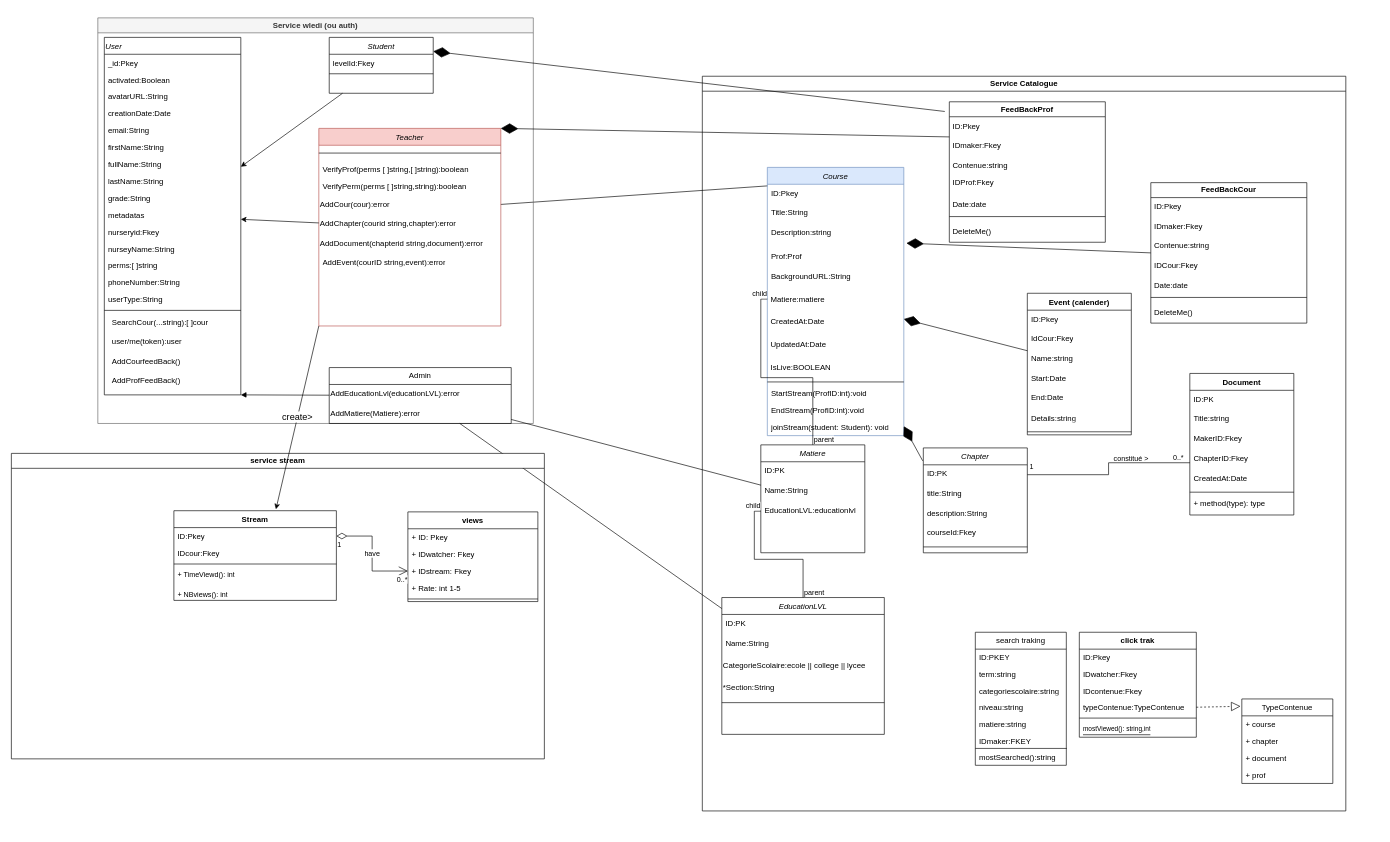
The draw.io diagram catalog.drawio in faresUnderScore999/test1.0, before the edit. Source tidied: cells renumbered, new cells numbered last; positions are measured from the earlier drawing's top-left corner, leaving out a move shared by most shapes. Both pictures are drawn from the tidied source at 65%, with x=0, y=0 at pixel (11, 18).
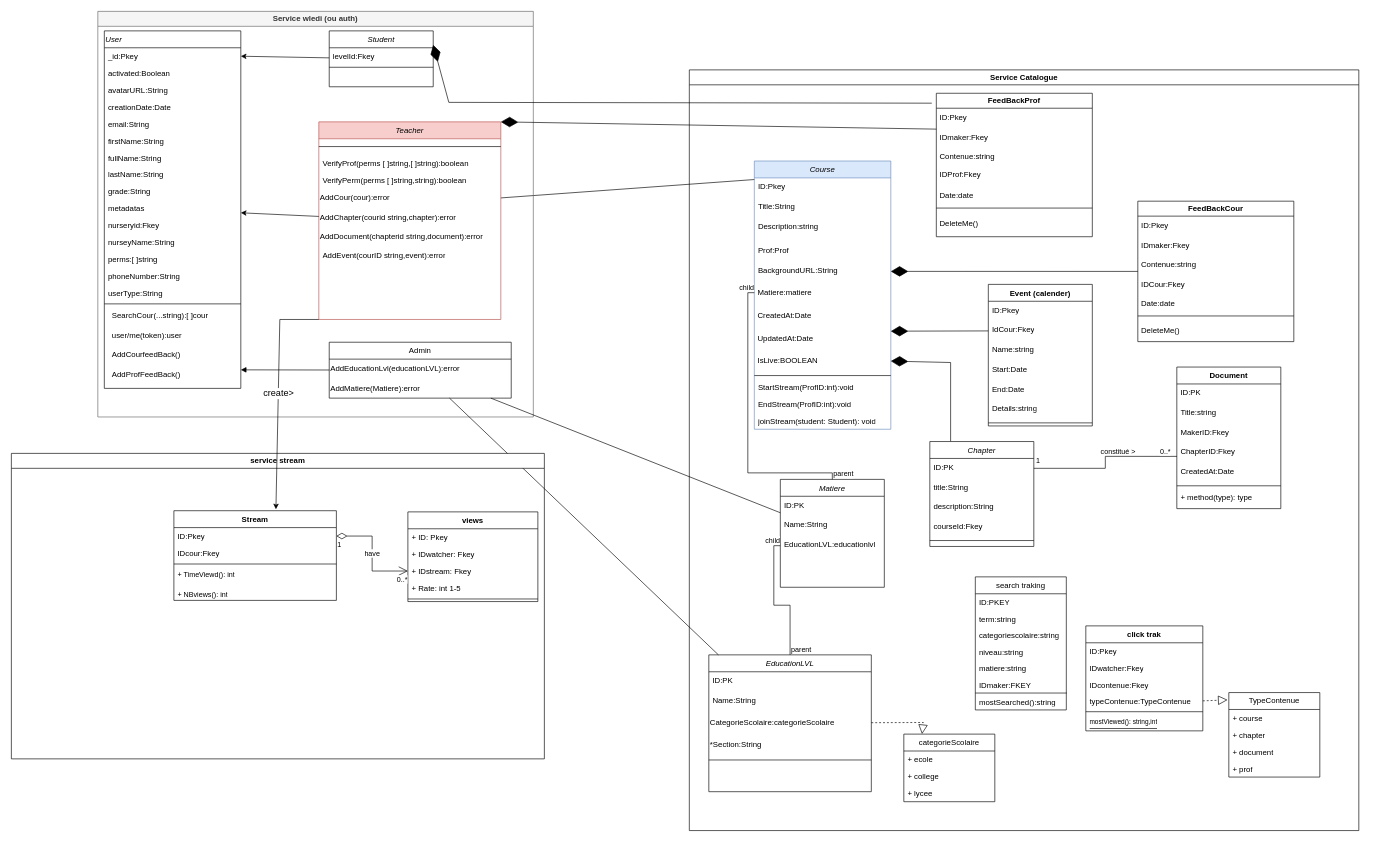
Above is the later version.

Commit message (it also covers changes not shown here):
Mettre à jour catalog.drawio

The change refers to these unchanged cells:
```xml
<mxCell id="4" value="User" style="swimlane;fontStyle=2;align=left;verticalAlign=top;horizontal=1;startSize=26;rounded=0;shadow=0;strokeWidth=1;" parent="3" vertex="1">
  <mxGeometry x="10" y="30" width="210" height="550" as="geometry" />
</mxCell>
<mxCell id="5" value="_id:Pkey" style="text;align=left;verticalAlign=top;spacingLeft=4;spacingRight=4;overflow=hidden;points=[[0,0.5],[1,0.5]];portConstraint=eastwest;rounded=0;shadow=0;html=0;" parent="4" vertex="1">
  <mxGeometry y="26" width="210" height="26" as="geometry" />
</mxCell>
<mxCell id="24" value="AddProfFeedBack()" style="text;html=1;align=left;verticalAlign=middle;whiteSpace=wrap;rounded=0;fontSize=12;spacingLeft=10;" parent="4" vertex="1">
  <mxGeometry y="514" width="210" height="30" as="geometry" />
</mxCell>
<mxCell id="25" value="Student" style="swimlane;fontStyle=2;align=center;verticalAlign=top;horizontal=1;startSize=26;rounded=0;shadow=0;strokeWidth=1;" parent="3" vertex="1">
  <mxGeometry x="356" y="30" width="160" height="86" as="geometry" />
</mxCell>
<mxCell id="29" value="Teacher" style="swimlane;fontStyle=2;align=center;verticalAlign=top;horizontal=1;startSize=26;rounded=0;shadow=0;strokeWidth=1;fillColor=#f8cecc;strokeColor=#b85450;" parent="3" vertex="1">
  <mxGeometry x="340" y="170" width="280" height="304" as="geometry" />
</mxCell>
<mxCell id="50" value="Course" style="swimlane;fontStyle=2;align=center;verticalAlign=top;horizontal=1;startSize=26;rounded=0;shadow=0;strokeWidth=1;fillColor=#dae8fc;strokeColor=#6c8ebf;" parent="43" vertex="1">
  <mxGeometry x="100" y="140.2" width="210" height="412.7" as="geometry" />
</mxCell>
<mxCell id="53" value="Description:string" style="text;align=left;verticalAlign=top;spacingLeft=4;spacingRight=4;overflow=hidden;points=[[0,0.5],[1,0.5]];portConstraint=eastwest;rounded=0;shadow=0;html=0;" parent="50" vertex="1">
  <mxGeometry y="86.8" width="210" height="37.4" as="geometry" />
</mxCell>
<mxCell id="55" value="BackgroundURL:String" style="text;align=left;verticalAlign=top;spacingLeft=4;spacingRight=4;overflow=hidden;points=[[0,0.5],[1,0.5]];portConstraint=eastwest;rounded=0;shadow=0;html=0;" parent="50" vertex="1">
  <mxGeometry y="154.6" width="210" height="30.4" as="geometry" />
</mxCell>
<mxCell id="56" value="&amp;nbsp;Matiere:matiere" style="text;html=1;align=left;verticalAlign=middle;whiteSpace=wrap;rounded=0;" parent="50" vertex="1">
  <mxGeometry y="185" width="210" height="35.1" as="geometry" />
</mxCell>
<mxCell id="59" value="&amp;nbsp;IsLive:BOOLEAN" style="text;html=1;align=left;verticalAlign=middle;whiteSpace=wrap;rounded=0;" parent="50" vertex="1">
  <mxGeometry y="290.3" width="210" height="35.1" as="geometry" />
</mxCell>
<mxCell id="150" value="Stream" style="swimlane;fontStyle=1;align=center;verticalAlign=top;horizontal=1;startSize=26;whiteSpace=wrap;html=1;" parent="149" vertex="1">
  <mxGeometry x="250" y="88.2" width="250" height="138" as="geometry" />
</mxCell>
```

The edit, as a diff of the source:
```diff
@@
     <mxCell id="3" value="Service wledi (ou auth)" style="swimlane;whiteSpace=wrap;html=1;fillColor=#f5f5f5;fontColor=#333333;strokeColor=#666666;" parent="1" vertex="1">
-      <mxGeometry x="133" width="670" height="624" as="geometry" />
+      <mxGeometry x="133" y="-10" width="670" height="624" as="geometry" />
     </mxCell>
@@
-    <mxCell id="28" style="endArrow=classic;html=1;rounded=0;" parent="3" edge="1" source="25" target="4">
+    <mxCell id="28" style="endArrow=classic;html=1;rounded=0;entryX=1;entryY=0.5;entryDx=0;entryDy=0;" parent="3" edge="1" source="25" target="5">
       <mxGeometry relative="1" as="geometry" />
     </mxCell>
@@
-    <mxCell id="38" style="html=1;verticalAlign=bottom;endArrow=block;curved=0;rounded=0;entryX=1;entryY=1;entryDx=0;entryDy=0;" parent="3" edge="1" source="39" target="4">
+    <mxCell id="38" style="html=1;verticalAlign=bottom;endArrow=block;curved=0;rounded=0;entryX=1;entryY=0.25;entryDx=0;entryDy=0;" parent="3" edge="1" source="39" target="24">
       <mxGeometry relative="1" as="geometry" />
     </mxCell>
     <mxCell id="39" value="Admin" style="swimlane;fontStyle=0;horizontal=1;startSize=26;fillColor=none;whiteSpace=wrap;html=1;" parent="3" vertex="1">
-      <mxGeometry x="356" y="538" width="280" height="86" as="geometry" />
+      <mxGeometry x="356" y="509" width="280" height="86" as="geometry" />
     </mxCell>
@@
     <mxCell id="42" style="group;" parent="1" vertex="1">
-      <mxGeometry x="1053" y="80" width="1050" height="1149" as="geometry" />
+      <mxGeometry x="1053" y="80" width="1050" height="1170.3" as="geometry" />
     </mxCell>
     <mxCell id="43" value="Service Catalogue" style="swimlane;whiteSpace=wrap;html=1;" parent="42" vertex="1">
-      <mxGeometry x="10" y="9.8" width="990" height="1130.3" as="geometry" />
+      <mxGeometry x="-10" width="1030" height="1170.3" as="geometry" />
     </mxCell>
     <mxCell id="44" value="EducationLVL" style="swimlane;fontStyle=2;align=center;verticalAlign=top;horizontal=1;startSize=26;rounded=0;shadow=0;strokeWidth=1;" parent="43" vertex="1">
-      <mxGeometry x="30" y="802" width="250" height="210.5" as="geometry" />
+      <mxGeometry x="30" y="900" width="250" height="210.5" as="geometry" />
     </mxCell>
@@
-    <mxCell id="47" value="CategorieScolaire:ecole || college || lycee" style="text;html=1;align=left;verticalAlign=middle;whiteSpace=wrap;rounded=0;" parent="44" vertex="1">
+    <mxCell id="47" value="CategorieScolaire:categorieScolaire" style="text;html=1;align=left;verticalAlign=middle;whiteSpace=wrap;rounded=0;" parent="44" vertex="1">
       <mxGeometry y="86.8" width="250" height="35.1" as="geometry" />
     </mxCell>
@@
     <mxCell id="64" value="Chapter" style="swimlane;fontStyle=2;align=center;verticalAlign=top;horizontal=1;startSize=26;rounded=0;shadow=0;strokeWidth=1;" parent="43" vertex="1">
-      <mxGeometry x="340" y="571.8" width="160" height="161.4" as="geometry" />
+      <mxGeometry x="370" y="571.8" width="160" height="161.4" as="geometry" />
     </mxCell>
@@
-    <mxCell id="84" value="Event (calender)" style="swimlane;fontStyle=1;align=center;verticalAlign=top;horizontal=1;startSize=26;whiteSpace=wrap;html=1;" parent="43" vertex="1">
-      <mxGeometry x="500" y="333.9" width="160" height="217.8" as="geometry" />
-    </mxCell>
-    <mxCell id="85" value="ID:Pkey" style="text;strokeColor=none;fillColor=none;align=left;verticalAlign=top;spacingLeft=4;spacingRight=4;overflow=hidden;whiteSpace=wrap;html=1;" parent="84" vertex="1">
-      <mxGeometry y="26" width="160" height="30.4" as="geometry" />
-    </mxCell>
-    <mxCell id="86" value="IdCour:Fkey" style="text;strokeColor=none;fillColor=none;align=left;verticalAlign=top;spacingLeft=4;spacingRight=4;overflow=hidden;points=[[0,0.5],[1,0.5]];portConstraint=eastwest;whiteSpace=wrap;html=1;" parent="84" vertex="1">
-      <mxGeometry y="56.4" width="160" height="30.4" as="geometry" />
-    </mxCell>
-    <mxCell id="87" value="Name:string" style="text;strokeColor=none;fillColor=none;align=left;verticalAlign=top;spacingLeft=4;spacingRight=4;overflow=hidden;whiteSpace=wrap;html=1;" parent="84" vertex="1">
-      <mxGeometry y="86.8" width="160" height="30.4" as="geometry" />
-    </mxCell>
-    <mxCell id="88" value="Start:Date" style="text;strokeColor=none;fillColor=none;align=left;verticalAlign=top;spacingLeft=4;spacingRight=4;overflow=hidden;whiteSpace=wrap;html=1;" parent="84" vertex="1">
-      <mxGeometry y="117.2" width="160" height="30.4" as="geometry" />
-    </mxCell>
-    <mxCell id="89" value="End:Date" style="text;strokeColor=none;fillColor=none;align=left;verticalAlign=top;spacingLeft=4;spacingRight=4;overflow=hidden;whiteSpace=wrap;html=1;" parent="84" vertex="1">
-      <mxGeometry y="147.6" width="160" height="30.4" as="geometry" />
-    </mxCell>
-    <mxCell id="90" value="Details:string" style="text;strokeColor=none;fillColor=none;align=left;verticalAlign=top;spacingLeft=4;spacingRight=4;overflow=hidden;whiteSpace=wrap;html=1;" parent="84" vertex="1">
-      <mxGeometry y="178" width="160" height="30.4" as="geometry" />
-    </mxCell>
-    <mxCell id="91" style="line;strokeWidth=1;fillColor=none;align=left;verticalAlign=middle;spacingTop=-1;spacingLeft=3;spacingRight=3;labelPosition=right;strokeColor=inherit;" parent="84" vertex="1">
-      <mxGeometry y="208.4" width="160" height="9.4" as="geometry" />
-    </mxCell>
     <mxCell id="92" value="Matiere" style="swimlane;fontStyle=2;align=center;verticalAlign=top;horizontal=1;startSize=26;rounded=0;shadow=0;strokeWidth=1;" parent="43" vertex="1">
-      <mxGeometry x="90" y="567.1" width="160" height="166" as="geometry" />
+      <mxGeometry x="140" y="630" width="160" height="166" as="geometry" />
     </mxCell>
@@
-    <mxCell id="96" style="endArrow=diamondThin;endFill=1;endSize=24;html=1;rounded=0;exitX=-0.006;exitY=0.123;exitDx=0;exitDy=0;exitPerimeter=0;" parent="43" edge="1" source="64" target="50">
-      <mxGeometry relative="1" as="geometry" />
-    </mxCell>
-    <mxCell id="97" style="endArrow=diamondThin;endFill=1;endSize=24;html=1;rounded=0;" parent="43" edge="1" source="84" target="50">
-      <mxGeometry relative="1" as="geometry" />
+    <mxCell id="97" style="endArrow=diamondThin;endFill=1;endSize=24;html=1;rounded=0;exitX=0;exitY=0.5;exitDx=0;exitDy=0;" parent="43" edge="1" source="86">
+      <mxGeometry relative="1" as="geometry">
+        <mxPoint x="310" y="402" as="targetPoint" />
+      </mxGeometry>
     </mxCell>
@@
     <mxCell id="101" style="endArrow=none;html=1;edgeStyle=orthogonalEdgeStyle;rounded=0;entryX=0;entryY=0.5;entryDx=0;entryDy=0;" parent="43" edge="1" source="92" target="56">
-      <mxGeometry relative="1" as="geometry" />
+      <mxGeometry relative="1" as="geometry">
+        <Array as="points">
+          <mxPoint x="220" y="620" />
+          <mxPoint x="90" y="620" />
+          <mxPoint x="90" y="343" />
+        </Array>
+      </mxGeometry>
     </mxCell>
@@
     <mxCell id="104" value="FeedBackCour" style="swimlane;whiteSpace=wrap;html=1;" parent="43" vertex="1">
-      <mxGeometry x="690" y="163.7" width="240" height="216.1" as="geometry" />
+      <mxGeometry x="690" y="202" width="240" height="216.1" as="geometry" />
     </mxCell>
@@
     <mxCell id="113" value="FeedBackProf" style="swimlane;whiteSpace=wrap;html=1;" parent="43" vertex="1">
-      <mxGeometry x="380" y="39.3" width="240" height="216.1" as="geometry" />
+      <mxGeometry x="380" y="36" width="240" height="220.7" as="geometry" />
     </mxCell>
@@
-    <mxCell id="122" style="endArrow=diamondThin;endFill=1;endSize=24;html=1;rounded=0;entryX=1.019;entryY=0.797;entryDx=0;entryDy=0;entryPerimeter=0;exitX=0;exitY=0.5;exitDx=0;exitDy=0;" parent="43" edge="1" source="104" target="53">
+    <mxCell id="122" style="endArrow=diamondThin;endFill=1;endSize=24;html=1;rounded=0;exitX=0;exitY=0.5;exitDx=0;exitDy=0;" parent="43" edge="1" source="104" target="55">
       <mxGeometry relative="1" as="geometry" />
     </mxCell>
     <mxCell id="123" value="search traking" style="swimlane;fontStyle=0;horizontal=1;startSize=26;fillColor=none;whiteSpace=wrap;html=1;" parent="43" vertex="1">
-      <mxGeometry x="420" y="855.4" width="140" height="204.7" as="geometry" />
+      <mxGeometry x="440" y="780" width="140" height="204.7" as="geometry" />
     </mxCell>
@@
     <mxCell id="132" value="click trak" style="swimlane;fontStyle=1;align=center;verticalAlign=top;horizontal=1;startSize=26;whiteSpace=wrap;html=1;" parent="43" vertex="1">
-      <mxGeometry x="580" y="855.4" width="180" height="161.5" as="geometry" />
+      <mxGeometry x="610" y="855.4" width="180" height="161.5" as="geometry" />
     </mxCell>
@@
+    <mxCell id="167" style="endArrow=diamondThin;endFill=1;endSize=24;html=1;rounded=0;exitX=0.2;exitY=-0.003;exitDx=0;exitDy=0;exitPerimeter=0;entryX=1;entryY=0.5;entryDx=0;entryDy=0;" parent="43" edge="1" source="64" target="59">
+      <mxGeometry relative="1" as="geometry">
+        <Array as="points">
+          <mxPoint x="402" y="450.2" />
+        </Array>
+      </mxGeometry>
+    </mxCell>
+    <mxCell id="84" value="Event (calender)" style="swimlane;fontStyle=1;align=center;verticalAlign=top;horizontal=1;startSize=26;whiteSpace=wrap;html=1;" parent="43" vertex="1">
+      <mxGeometry x="460" y="330" width="160" height="217.8" as="geometry" />
+    </mxCell>
+    <mxCell id="85" value="ID:Pkey" style="text;strokeColor=none;fillColor=none;align=left;verticalAlign=top;spacingLeft=4;spacingRight=4;overflow=hidden;whiteSpace=wrap;html=1;" parent="84" vertex="1">
+      <mxGeometry y="26" width="160" height="30.4" as="geometry" />
+    </mxCell>
+    <mxCell id="86" value="IdCour:Fkey" style="text;strokeColor=none;fillColor=none;align=left;verticalAlign=top;spacingLeft=4;spacingRight=4;overflow=hidden;points=[[0,0.5],[1,0.5]];portConstraint=eastwest;whiteSpace=wrap;html=1;" parent="84" vertex="1">
+      <mxGeometry y="56.4" width="160" height="30.4" as="geometry" />
+    </mxCell>
+    <mxCell id="87" value="Name:string" style="text;strokeColor=none;fillColor=none;align=left;verticalAlign=top;spacingLeft=4;spacingRight=4;overflow=hidden;whiteSpace=wrap;html=1;" parent="84" vertex="1">
+      <mxGeometry y="86.8" width="160" height="30.4" as="geometry" />
+    </mxCell>
+    <mxCell id="88" value="Start:Date" style="text;strokeColor=none;fillColor=none;align=left;verticalAlign=top;spacingLeft=4;spacingRight=4;overflow=hidden;whiteSpace=wrap;html=1;" parent="84" vertex="1">
+      <mxGeometry y="117.2" width="160" height="30.4" as="geometry" />
+    </mxCell>
+    <mxCell id="89" value="End:Date" style="text;strokeColor=none;fillColor=none;align=left;verticalAlign=top;spacingLeft=4;spacingRight=4;overflow=hidden;whiteSpace=wrap;html=1;" parent="84" vertex="1">
+      <mxGeometry y="147.6" width="160" height="30.4" as="geometry" />
+    </mxCell>
+    <mxCell id="90" value="Details:string" style="text;strokeColor=none;fillColor=none;align=left;verticalAlign=top;spacingLeft=4;spacingRight=4;overflow=hidden;whiteSpace=wrap;html=1;" parent="84" vertex="1">
+      <mxGeometry y="178" width="160" height="30.4" as="geometry" />
+    </mxCell>
+    <mxCell id="91" style="line;strokeWidth=1;fillColor=none;align=left;verticalAlign=middle;spacingTop=-1;spacingLeft=3;spacingRight=3;labelPosition=right;strokeColor=inherit;" parent="84" vertex="1">
+      <mxGeometry y="208.4" width="160" height="9.4" as="geometry" />
+    </mxCell>
+    <mxCell id="168" value="categorieScolaire" style="swimlane;fontStyle=0;horizontal=1;startSize=26;fillColor=none;whiteSpace=wrap;html=1;" parent="43" vertex="1">
+      <mxGeometry x="330" y="1021.9" width="140" height="104" as="geometry" />
+    </mxCell>
+    <mxCell id="169" value="+ ecole" style="text;strokeColor=none;fillColor=none;align=left;verticalAlign=top;spacingLeft=4;spacingRight=4;overflow=hidden;whiteSpace=wrap;html=1;" parent="168" vertex="1">
+      <mxGeometry y="26" width="140" height="26" as="geometry" />
+    </mxCell>
+    <mxCell id="170" value="+ college" style="text;strokeColor=none;fillColor=none;align=left;verticalAlign=top;spacingLeft=4;spacingRight=4;overflow=hidden;whiteSpace=wrap;html=1;" parent="168" vertex="1">
+      <mxGeometry y="52" width="140" height="26" as="geometry" />
+    </mxCell>
+    <mxCell id="171" value="+ lycee" style="text;strokeColor=none;fillColor=none;align=left;verticalAlign=top;spacingLeft=4;spacingRight=4;overflow=hidden;whiteSpace=wrap;html=1;" parent="168" vertex="1">
+      <mxGeometry y="78" width="140" height="26" as="geometry" />
+    </mxCell>
+    <mxCell id="172" style="endArrow=block;dashed=1;endFill=0;endSize=12;html=1;rounded=0;exitX=1;exitY=0.5;exitDx=0;exitDy=0;entryX=0.2;entryY=-0.001;entryDx=0;entryDy=0;entryPerimeter=0;" parent="43" edge="1" source="47" target="168">
+      <mxGeometry relative="1" as="geometry">
+        <Array as="points">
+          <mxPoint x="360" y="1004" />
+        </Array>
+      </mxGeometry>
+    </mxCell>
@@
     <mxCell id="148" style="endArrow=diamondThin;endFill=1;endSize=24;html=1;rounded=0;entryX=1;entryY=0.25;entryDx=0;entryDy=0;exitX=-0.029;exitY=0.069;exitDx=0;exitDy=0;exitPerimeter=0;" parent="1" edge="1" source="113" target="25">
-      <mxGeometry relative="1" as="geometry" />
+      <mxGeometry relative="1" as="geometry">
+        <Array as="points">
+          <mxPoint x="673" y="130" />
+        </Array>
+      </mxGeometry>
     </mxCell>
@@
     <mxCell id="165" style="endArrow=classic;html=1;rounded=0;exitX=0;exitY=1;exitDx=0;exitDy=0;entryX=0.628;entryY=-0.016;entryDx=0;entryDy=0;entryPerimeter=0;" parent="1" edge="1" source="29" target="150">
-      <mxGeometry relative="1" as="geometry" />
+      <mxGeometry relative="1" as="geometry">
+        <Array as="points">
+          <mxPoint x="413" y="464" />
+        </Array>
+      </mxGeometry>
     </mxCell>
```
